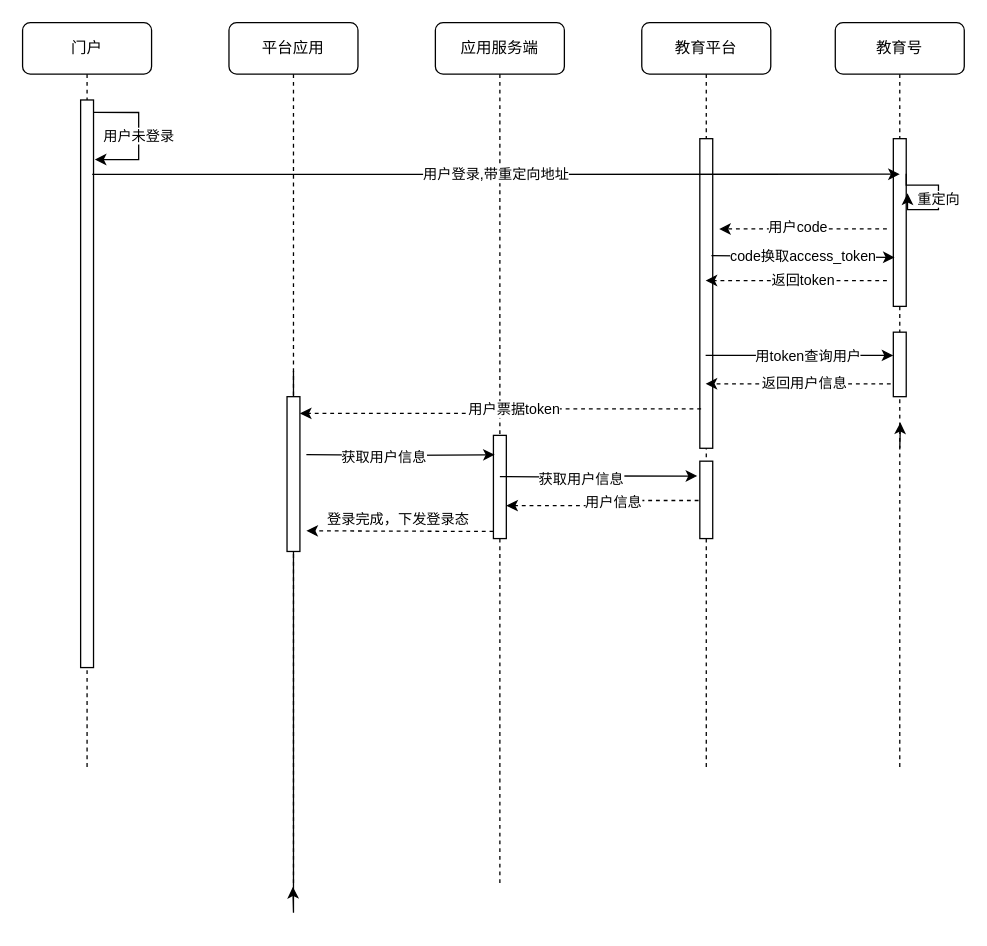
This is 平台应用登录流程.drawio from liangdengming/diagrams, a draw.io file, before an edit. Source tidied: cells renumbered, new cells numbered last; positions are measured from the earlier drawing's top-left corner, leaving out a move shared by most shapes. Both pictures are drawn from the tidied source at 129%, with x=0, y=0 at pixel (22, 22).
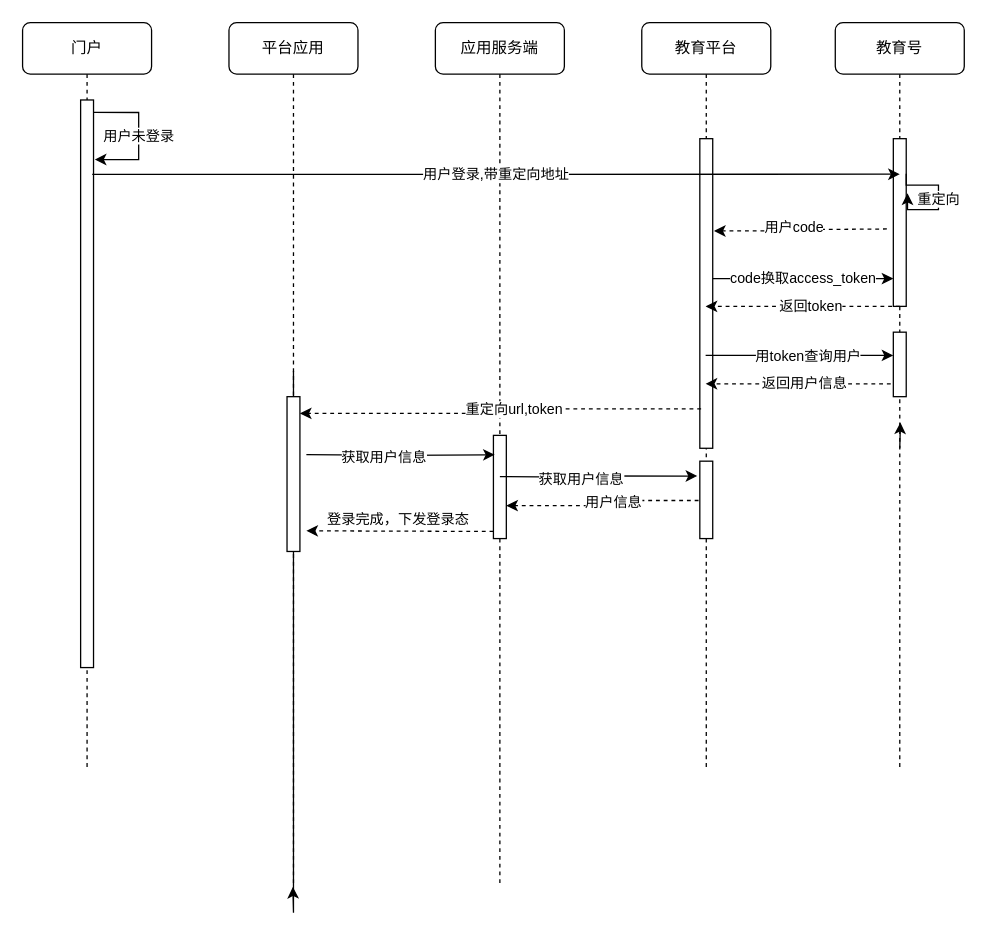
The same diagram, later.

Commit message (it also covers changes not shown here):
更新平台应用登录流程.drawio

The change refers to these unchanged cells:
```xml
<mxCell id="10" value="教育平台" style="shape=umlLifeline;perimeter=lifelinePerimeter;whiteSpace=wrap;html=1;outlineConnect=0;rounded=1;shadow=0;comic=0;labelBackgroundColor=none;strokeWidth=1;fontFamily=Verdana;fontSize=12;align=center;" parent="1" vertex="1">
  <mxGeometry x="480" width="100" height="580" as="geometry" />
</mxCell>
<mxCell id="12" style="html=1;points=[];perimeter=orthogonalPerimeter;rounded=0;shadow=0;comic=0;labelBackgroundColor=none;strokeWidth=1;fontFamily=Verdana;fontSize=12;align=center;" parent="10" vertex="1">
  <mxGeometry x="45" y="90" width="10" height="240" as="geometry" />
</mxCell>
<mxCell id="19" style="html=1;points=[];perimeter=orthogonalPerimeter;rounded=0;shadow=0;comic=0;labelBackgroundColor=none;strokeWidth=1;fontFamily=Verdana;fontSize=12;align=center;" parent="17" vertex="1">
  <mxGeometry x="45" y="90" width="10" height="130" as="geometry" />
</mxCell>
<mxCell id="28" style="edgeStyle=orthogonalEdgeStyle;rounded=0;jettySize=auto;html=1;dashed=1;exitX=0.1;exitY=0.873;exitDx=0;exitDy=0;exitPerimeter=0;entryX=1;entryY=0.108;entryDx=0;entryDy=0;entryPerimeter=0;" parent="1" edge="1" source="12" target="5">
  <mxGeometry relative="1" as="geometry" />
</mxCell>
```

The edit, as a diff of the source:
```diff
@@
-    <mxCell id="29" value="用户票据token" style="edgeLabel;html=1;align=center;verticalAlign=middle;" parent="28" vertex="1">
+    <mxCell id="29" value="重定向url,token" style="edgeLabel;html=1;align=center;verticalAlign=middle;" parent="28" vertex="1">
       <mxGeometry x="-0.2" relative="1" as="geometry">
         <mxPoint x="-20" as="offset" />
       </mxGeometry>
     </mxCell>
@@
-    <mxCell id="33" style="edgeStyle=orthogonalEdgeStyle;rounded=0;orthogonalLoop=1;jettySize=auto;html=1;dashed=1;" parent="1" edge="1">
+    <mxCell id="33" style="edgeStyle=orthogonalEdgeStyle;rounded=0;jettySize=auto;html=1;dashed=1;entryX=1.1;entryY=0.298;entryDx=0;entryDy=0;entryPerimeter=0;" parent="1" edge="1" target="12">
       <mxGeometry relative="1" as="geometry">
         <mxPoint x="670" y="160" as="sourcePoint" />
-        <mxPoint x="540" y="160" as="targetPoint" />
       </mxGeometry>
     </mxCell>
@@
-    <mxCell id="35" value="code换取access_token" style="edgeStyle=none;rounded=0;jettySize=auto;html=1;elbow=vertical;entryX=0.1;entryY=0.708;entryDx=0;entryDy=0;entryPerimeter=0;exitX=0.9;exitY=0.378;exitDx=0;exitDy=0;exitPerimeter=0;" parent="1" edge="1" source="12" target="19">
+    <mxCell id="35" value="code换取access_token" style="edgeStyle=none;rounded=0;jettySize=auto;html=1;elbow=vertical;exitX=1;exitY=0.452;exitDx=0;exitDy=0;exitPerimeter=0;" parent="1" edge="1" source="12" target="19">
       <mxGeometry relative="1" as="geometry" />
     </mxCell>
-    <mxCell id="36" style="rounded=0;jettySize=auto;html=1;elbow=vertical;dashed=1;" parent="1" edge="1" target="10">
-      <mxGeometry relative="1" as="geometry">
-        <mxPoint x="670" y="200" as="sourcePoint" />
-      </mxGeometry>
+    <mxCell id="36" style="rounded=0;jettySize=auto;html=1;elbow=vertical;dashed=1;exitX=0.5;exitY=1;exitDx=0;exitDy=0;exitPerimeter=0;" parent="1" edge="1" source="19" target="10">
+      <mxGeometry relative="1" as="geometry" />
     </mxCell>
```
